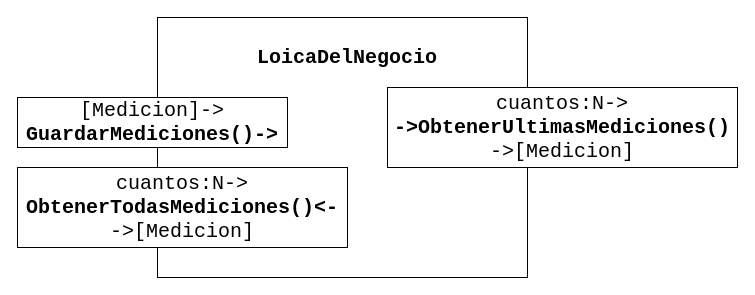
Above: page "LogicaNegocio" (2 of 6) of doc/Diseño/DiseñoApiREST.drawio in 3-GTI-ProyectoMedioAmbiente/BackEndRest (draw.io), before the change. Source tidied: cells renumbered, new cells numbered last; positions are measured from the earlier drawing's top-left corner, leaving out a move shared by most shapes. Both pictures are drawn from the tidied source at 100%, with x=0, y=0 at pixel (17, 17).
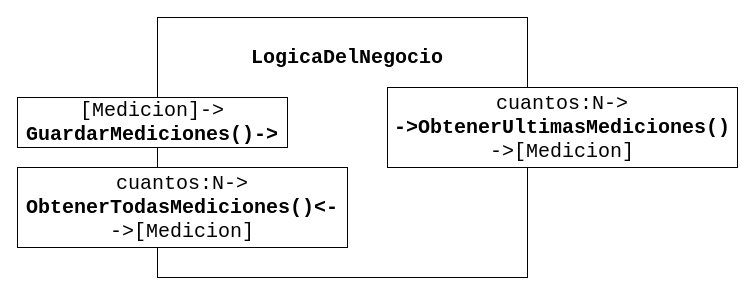
After the change.

The edit, as a diff of the source:
```diff
@@
 <mxGraphModel>
   <root>
     <mxCell id="0" />
     <mxCell id="1" parent="0" />
     <mxCell id="2" style="rounded=0;whiteSpace=wrap;html=1;" parent="1" vertex="1">
       <mxGeometry x="140" width="370" height="260" as="geometry" />
     </mxCell>
-    <mxCell id="3" value="LoicaDelNegocio" style="text;html=1;strokeColor=none;fillColor=none;align=center;verticalAlign=middle;whiteSpace=wrap;rounded=0;fontStyle=1;fontFamily=Courier New;fontSize=20;" parent="1" vertex="1">
-      <mxGeometry x="250" y="30" width="160" height="20" as="geometry" />
-    </mxCell>
+    <mxCell id="7" value="LogicaDelNegocio" style="text;html=1;strokeColor=none;fillColor=none;align=center;verticalAlign=middle;whiteSpace=wrap;rounded=0;fontStyle=1;fontFamily=Courier New;fontSize=20;" parent="1" vertex="1">
+      <mxGeometry x="250" y="30" width="160" height="20" as="geometry" />
+    </mxCell>
     <mxCell id="4" value="cuantos:N-&amp;gt;&lt;br&gt;&lt;b&gt;ObtenerTodasMediciones()&amp;lt;-&lt;/b&gt;&lt;br&gt;-&amp;gt;[Medicion]" style="rounded=0;whiteSpace=wrap;html=1;fontFamily=Courier New;fontSize=20;align=center;fontStyle=0;" parent="1" vertex="1">
       <mxGeometry y="150" width="330" height="80" as="geometry" />
     </mxCell>
     <mxCell id="5" value="cuantos:N-&amp;gt;&lt;br&gt;&lt;b&gt;-&amp;gt;ObtenerUltimasMediciones()&lt;/b&gt;&lt;br&gt;-&amp;gt;[Medicion]" style="rounded=0;whiteSpace=wrap;html=1;fontFamily=Courier New;fontSize=20;align=center;fontStyle=0;" parent="1" vertex="1">
       <mxGeometry x="370" y="70" width="350" height="80" as="geometry" />
     </mxCell>
     <mxCell id="6" value="[Medicion]-&amp;gt;&lt;br&gt;&lt;b&gt;GuardarMediciones()-&amp;gt;&lt;/b&gt;" style="rounded=0;whiteSpace=wrap;html=1;fontFamily=Courier New;fontSize=20;align=center;fontStyle=0;" parent="1" vertex="1">
       <mxGeometry y="80" width="270" height="50" as="geometry" />
     </mxCell>
   </root>
 </mxGraphModel>
```
